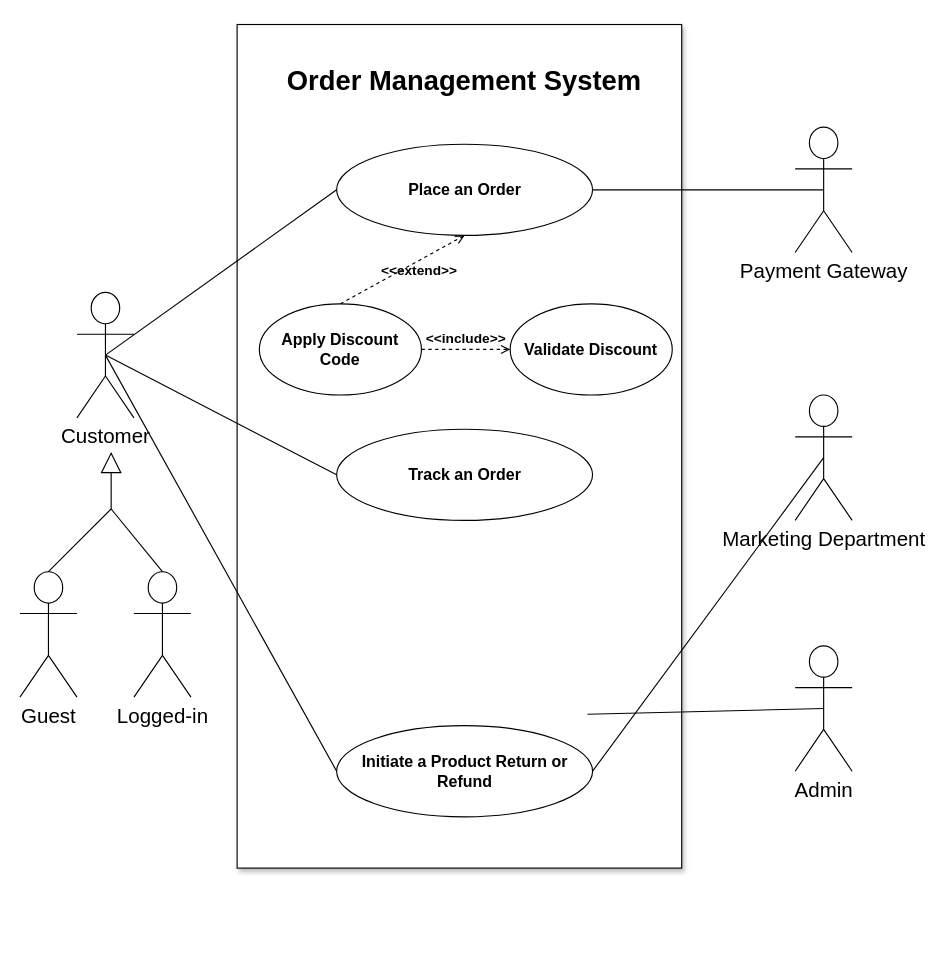
Sam-WebP/CSU keeps this draw.io diagram as ITC211 System Analysis and Design/Use Case Order Management.drawio. Above is the earlier version. Source tidied: cells renumbered, new cells numbered last; positions are measured from the earlier drawing's top-left corner, leaving out a move shared by most shapes. Both pictures are drawn from the tidied source at 114%, with x=0, y=0 at pixel (19, 64).
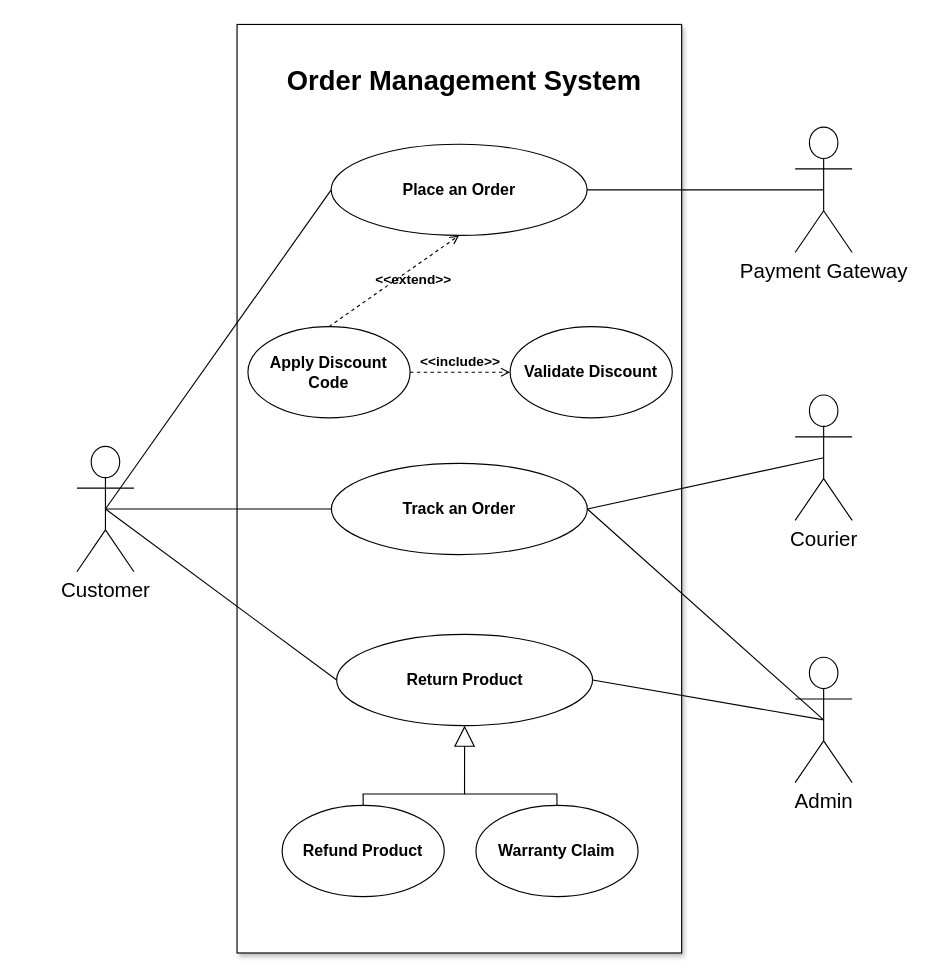
Above is the later version.

What changed in the source:
```diff
@@
     <mxCell id="3" style="rounded=0;whiteSpace=wrap;html=1;rotation=90;shadow=1;" parent="1" vertex="1">
-      <mxGeometry x="15.5" y="140" width="740" height="390" as="geometry" />
+      <mxGeometry x="-21.8" y="177.2" width="814.5" height="390" as="geometry" />
     </mxCell>
     <mxCell id="4" value="&lt;font style=&quot;font-size: 18px;&quot;&gt;Customer&lt;/font&gt;" style="shape=umlActor;verticalLabelPosition=bottom;verticalAlign=top;html=1;outlineConnect=0;" parent="1" vertex="1">
-      <mxGeometry x="50" y="200" width="50" height="110" as="geometry" />
+      <mxGeometry x="50" y="335" width="50" height="110" as="geometry" />
     </mxCell>
@@
     <mxCell id="6" value="&lt;font style=&quot;font-size: 14px;&quot;&gt;&lt;b&gt;Apply Discount Code&lt;br&gt;&lt;/b&gt;&lt;/font&gt;" style="ellipse;whiteSpace=wrap;html=1;" parent="1" vertex="1">
-      <mxGeometry x="210" y="210" width="142.2" height="80" as="geometry" />
+      <mxGeometry x="200" y="230" width="142.2" height="80" as="geometry" />
     </mxCell>
     <mxCell id="7" value="&lt;font style=&quot;font-size: 14px;&quot;&gt;&lt;b&gt;Place an Order&lt;/b&gt;&lt;/font&gt;" style="ellipse;whiteSpace=wrap;html=1;" parent="1" vertex="1">
-      <mxGeometry x="277.8" y="70" width="224.5" height="80" as="geometry" />
+      <mxGeometry x="273" y="70" width="224.5" height="80" as="geometry" />
     </mxCell>
-    <mxCell id="8" value="&lt;font style=&quot;font-size: 18px;&quot;&gt;Guest&lt;/font&gt;" style="shape=umlActor;verticalLabelPosition=bottom;verticalAlign=top;html=1;outlineConnect=0;" parent="1" vertex="1">
-      <mxGeometry y="445" width="50" height="110" as="geometry" />
-    </mxCell>
-    <mxCell id="9" value="&lt;font style=&quot;font-size: 18px;&quot;&gt;Logged-in&lt;/font&gt;" style="shape=umlActor;verticalLabelPosition=bottom;verticalAlign=top;html=1;outlineConnect=0;" parent="1" vertex="1">
-      <mxGeometry x="100" y="445" width="50" height="110" as="geometry" />
-    </mxCell>
@@
-    <mxCell id="11" style="endArrow=block;endSize=16;endFill=0;html=1;rounded=0;exitX=0.5;exitY=0;exitDx=0;exitDy=0;exitPerimeter=0;" parent="1" edge="1" source="8">
-      <mxGeometry relative="1" as="geometry">
-        <mxPoint x="80" y="340" as="targetPoint" />
-        <Array as="points">
-          <mxPoint x="80" y="390" />
-        </Array>
-      </mxGeometry>
-    </mxCell>
     <mxCell id="12" value="&lt;font style=&quot;font-size: 14px;&quot;&gt;&lt;b&gt;Track an Order&lt;/b&gt;&lt;/font&gt;" style="ellipse;whiteSpace=wrap;html=1;" parent="1" vertex="1">
-      <mxGeometry x="277.8" y="320" width="224.5" height="80" as="geometry" />
+      <mxGeometry x="273.2" y="350" width="224.5" height="80" as="geometry" />
     </mxCell>
-    <mxCell id="13" value="&lt;font style=&quot;font-size: 14px;&quot;&gt;&lt;b&gt;Initiate a Product Return or Refund&lt;/b&gt;&lt;/font&gt;" style="ellipse;whiteSpace=wrap;html=1;" parent="1" vertex="1">
-      <mxGeometry x="277.8" y="580" width="224.5" height="80" as="geometry" />
+    <mxCell id="13" value="&lt;b&gt;&lt;font style=&quot;font-size: 14px;&quot;&gt;Return Product&lt;/font&gt;&lt;/b&gt;" style="ellipse;whiteSpace=wrap;html=1;" parent="1" vertex="1">
+      <mxGeometry x="277.8" y="500" width="224.5" height="80" as="geometry" />
     </mxCell>
-    <mxCell id="14" value="&lt;font style=&quot;font-size: 18px;&quot;&gt;Marketing Department&lt;/font&gt;" style="shape=umlActor;verticalLabelPosition=bottom;verticalAlign=top;html=1;outlineConnect=0;" parent="1" vertex="1">
-      <mxGeometry x="680" y="290" width="50" height="110" as="geometry" />
-    </mxCell>
     <mxCell id="15" value="&lt;font style=&quot;font-size: 18px;&quot;&gt;Admin&lt;/font&gt;" style="shape=umlActor;verticalLabelPosition=bottom;verticalAlign=top;html=1;outlineConnect=0;" parent="1" vertex="1">
-      <mxGeometry x="680" y="510" width="50" height="110" as="geometry" />
+      <mxGeometry x="680" y="520" width="50" height="110" as="geometry" />
     </mxCell>
-    <mxCell id="16" style="endArrow=none;html=1;rounded=0;entryX=0.5;entryY=0.5;entryDx=0;entryDy=0;entryPerimeter=0;exitX=1;exitY=0.5;exitDx=0;exitDy=0;" parent="1" edge="1" target="15">
-      <mxGeometry relative="1" as="geometry">
-        <mxPoint x="497.8" y="570" as="sourcePoint" />
-      </mxGeometry>
+    <mxCell id="16" style="endArrow=none;html=1;rounded=0;entryX=0.5;entryY=0.5;entryDx=0;entryDy=0;entryPerimeter=0;exitX=1;exitY=0.5;exitDx=0;exitDy=0;" parent="1" edge="1" source="12" target="15">
+      <mxGeometry relative="1" as="geometry" />
     </mxCell>
-    <mxCell id="17" style="endArrow=none;html=1;rounded=0;entryX=0.5;entryY=0.5;entryDx=0;entryDy=0;entryPerimeter=0;exitX=1;exitY=0.5;exitDx=0;exitDy=0;" parent="1" edge="1" source="13" target="14">
-      <mxGeometry relative="1" as="geometry" />
-    </mxCell>
@@
-    <mxCell id="22" style="endArrow=none;html=1;rounded=0;entryX=0.5;entryY=0;entryDx=0;entryDy=0;entryPerimeter=0;" parent="1" edge="1" target="9">
-      <mxGeometry relative="1" as="geometry">
-        <mxPoint x="80" y="390" as="sourcePoint" />
-      </mxGeometry>
-    </mxCell>
@@
     <mxCell id="24" value="&lt;font style=&quot;font-size: 14px;&quot;&gt;&lt;strong&gt;Validate Discount&lt;/strong&gt;&lt;/font&gt;" style="ellipse;whiteSpace=wrap;html=1;" parent="1" vertex="1">
-      <mxGeometry x="430" y="210" width="142.2" height="80" as="geometry" />
+      <mxGeometry x="430" y="230" width="142.2" height="80" as="geometry" />
     </mxCell>
@@
+    <mxCell id="26" style="endArrow=none;html=1;rounded=0;entryX=0.5;entryY=0.5;entryDx=0;entryDy=0;entryPerimeter=0;exitX=1;exitY=0.5;exitDx=0;exitDy=0;" parent="1" edge="1" source="13" target="15">
+      <mxGeometry relative="1" as="geometry" />
+    </mxCell>
+    <mxCell id="27" value="&lt;font style=&quot;font-size: 18px;&quot;&gt;Courier&lt;/font&gt;" style="shape=umlActor;verticalLabelPosition=bottom;verticalAlign=top;html=1;outlineConnect=0;" parent="1" vertex="1">
+      <mxGeometry x="680" y="290" width="50" height="110" as="geometry" />
+    </mxCell>
+    <mxCell id="28" style="endArrow=none;html=1;rounded=0;entryX=0.5;entryY=0.5;entryDx=0;entryDy=0;entryPerimeter=0;exitX=1;exitY=0.5;exitDx=0;exitDy=0;" parent="1" edge="1" source="12" target="27">
+      <mxGeometry relative="1" as="geometry" />
+    </mxCell>
+    <mxCell id="29" value="&lt;font style=&quot;font-size: 14px;&quot;&gt;&lt;b&gt;Refund Product&lt;/b&gt;&lt;/font&gt;" style="ellipse;whiteSpace=wrap;html=1;" parent="1" vertex="1">
+      <mxGeometry x="230" y="650" width="142.2" height="80" as="geometry" />
+    </mxCell>
+    <mxCell id="30" value="&lt;font style=&quot;font-size: 14px;&quot;&gt;&lt;b&gt;Warranty Claim&lt;/b&gt;&lt;/font&gt;" style="ellipse;whiteSpace=wrap;html=1;" parent="1" vertex="1">
+      <mxGeometry x="400" y="650" width="142.2" height="80" as="geometry" />
+    </mxCell>
+    <mxCell id="31" style="endArrow=block;endSize=16;endFill=0;html=1;rounded=0;exitX=0.5;exitY=0;exitDx=0;exitDy=0;entryX=0.5;entryY=1;entryDx=0;entryDy=0;" parent="1" edge="1" source="29" target="13">
+      <mxGeometry x="0.24" y="-14" relative="1" as="geometry">
+        <Array as="points">
+          <mxPoint x="301" y="640" />
+          <mxPoint x="390" y="640" />
+        </Array>
+        <mxPoint x="-4" y="10" as="offset" />
+      </mxGeometry>
+    </mxCell>
+    <mxCell id="32" style="endArrow=none;html=1;rounded=0;entryX=0.5;entryY=0;entryDx=0;entryDy=0;" parent="1" edge="1" target="30">
+      <mxGeometry relative="1" as="geometry">
+        <mxPoint x="390" y="640" as="sourcePoint" />
+        <Array as="points">
+          <mxPoint x="471" y="640" />
+        </Array>
+      </mxGeometry>
+    </mxCell>
```
